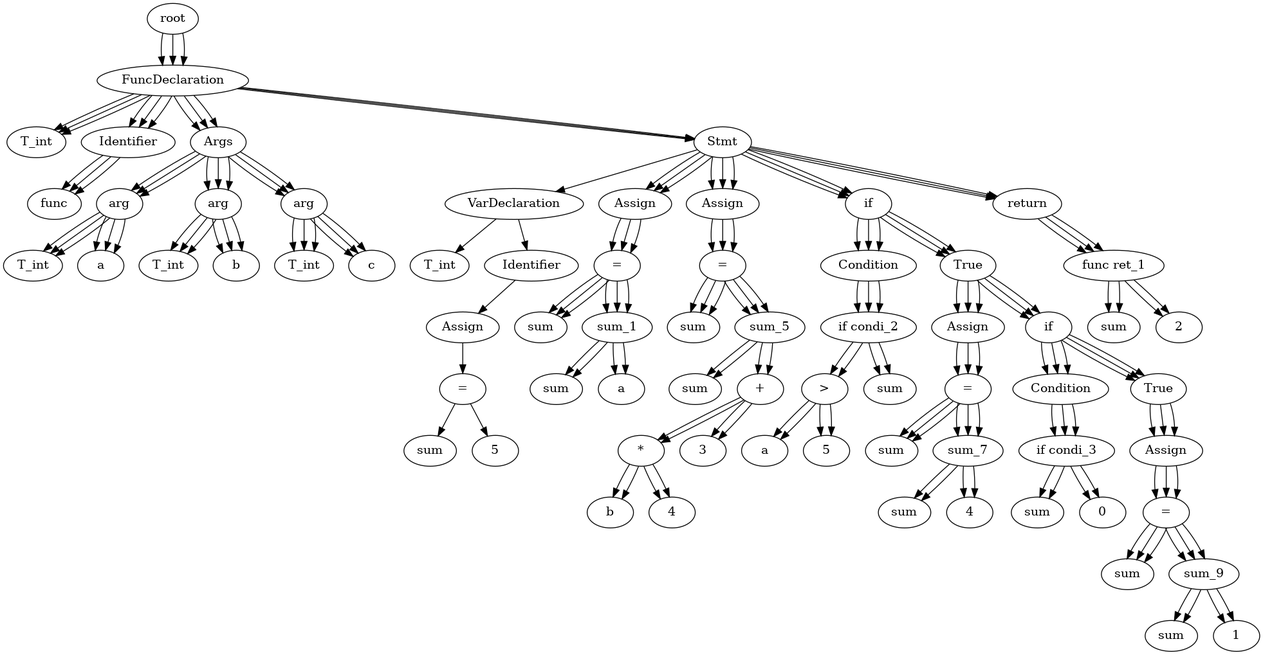
Before: test.gv.png, a diagram exported from Graphviz (Jstar49/starCC). Its source is kept beside it as test.gv.
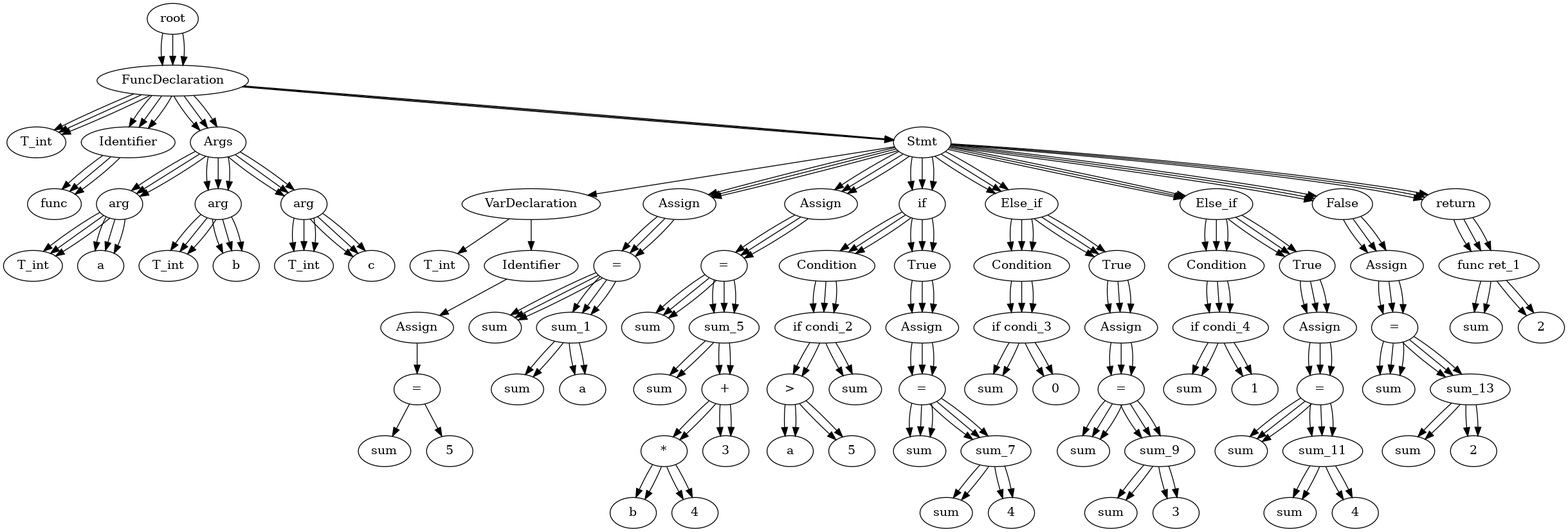
The same file after the commit.

Change to the diagram source:
```diff
@@ -104,8 +104,8 @@
 	50 -> 49
 	51 [label=4]
 	50 -> 51
-	52 [label=if]
-	45 -> 52
+	52 [label=Else_if]
+	14 -> 52
 	53 [label=Condition]
 	52 -> 53
 	55 [label=">"]
@@ -126,16 +126,54 @@
 	60 -> 62
 	61 [label=sum]
 	62 -> 61
-	63 [label=1]
+	63 [label=3]
 	62 -> 63
-	64 [label=return]
+	64 [label=Else_if]
 	14 -> 64
-	66 [label="+"]
-	64 -> 66
-	65 [label=sum]
-	66 -> 65
-	67 [label=2]
-	66 -> 67
+	65 [label=Condition]
+	64 -> 65
+	67 [label=">"]
+	65 -> 67
+	66 [label=sum]
+	67 -> 66
+	68 [label=1]
+	67 -> 68
+	69 [label=True]
+	64 -> 69
+	70 [label=Assign]
+	69 -> 70
+	72 [label="="]
+	70 -> 72
+	71 [label=sum]
+	72 -> 71
+	74 [label="-"]
+	72 -> 74
+	73 [label=sum]
+	74 -> 73
+	75 [label=4]
+	74 -> 75
+	76 [label=False]
+	14 -> 76
+	77 [label=Assign]
+	76 -> 77
+	79 [label="="]
+	77 -> 79
+	78 [label=sum]
+	79 -> 78
+	81 [label="-"]
+	79 -> 81
+	80 [label=sum]
+	81 -> 80
+	82 [label=2]
+	81 -> 82
+	83 [label=return]
+	14 -> 83
+	85 [label="+"]
+	83 -> 85
+	84 [label=sum]
+	85 -> 84
+	86 [label=2]
+	85 -> 86
 	None [label=root]
 	0 [label=FuncDeclaration]
 	None -> 0
@@ -227,8 +265,8 @@
 	50 -> 49
 	51 [label=4]
 	50 -> 51
-	52 [label=if]
-	45 -> 52
+	52 [label=Else_if]
+	14 -> 52
 	53 [label=Condition]
 	52 -> 53
 	55 [label=">"]
@@ -249,16 +287,54 @@
 	60 -> 62
 	61 [label=sum]
 	62 -> 61
-	63 [label=1]
+	63 [label=3]
 	62 -> 63
-	64 [label=return]
+	64 [label=Else_if]
 	14 -> 64
-	66 [label="+"]
-	64 -> 66
-	65 [label=sum]
-	66 -> 65
-	67 [label=2]
-	66 -> 67
+	65 [label=Condition]
+	64 -> 65
+	67 [label=">"]
+	65 -> 67
+	66 [label=sum]
+	67 -> 66
+	68 [label=1]
+	67 -> 68
+	69 [label=True]
+	64 -> 69
+	70 [label=Assign]
+	69 -> 70
+	72 [label="="]
+	70 -> 72
+	71 [label=sum]
+	72 -> 71
+	74 [label="-"]
+	72 -> 74
+	73 [label=sum]
+	74 -> 73
+	75 [label=4]
+	74 -> 75
+	76 [label=False]
+	14 -> 76
+	77 [label=Assign]
+	76 -> 77
+	79 [label="="]
+	77 -> 79
+	78 [label=sum]
+	79 -> 78
+	81 [label="-"]
+	79 -> 81
+	80 [label=sum]
+	81 -> 80
+	82 [label=2]
+	81 -> 82
+	83 [label=return]
+	14 -> 83
+	85 [label="+"]
+	83 -> 85
+	84 [label=sum]
+	85 -> 84
+	86 [label=2]
+	85 -> 86
 	None [label=root]
 	0 [label=FuncDeclaration]
 	None -> 0
@@ -322,8 +398,8 @@
 	48 -> 47
 	50 [label=sum_7]
 	48 -> 50
-	52 [label=if]
-	45 -> 52
+	52 [label=Else_if]
+	14 -> 52
 	53 [label=Condition]
 	52 -> 53
 	55 [label="if condi_3"]
@@ -338,8 +414,34 @@
 	60 -> 59
 	62 [label=sum_9]
 	60 -> 62
-	64 [label=return]
+	64 [label=Else_if]
 	14 -> 64
-	66 [label="func ret_1"]
-	64 -> 66
+	65 [label=Condition]
+	64 -> 65
+	67 [label="if condi_4"]
+	65 -> 67
+	69 [label=True]
+	64 -> 69
+	70 [label=Assign]
+	69 -> 70
+	72 [label="="]
+	70 -> 72
+	71 [label=sum]
+	72 -> 71
+	74 [label=sum_11]
+	72 -> 74
+	76 [label=False]
+	14 -> 76
+	77 [label=Assign]
+	76 -> 77
+	79 [label="="]
+	77 -> 79
+	78 [label=sum]
+	79 -> 78
+	81 [label=sum_13]
+	79 -> 81
+	83 [label=return]
+	14 -> 83
+	85 [label="func ret_1"]
+	83 -> 85
 }
```
